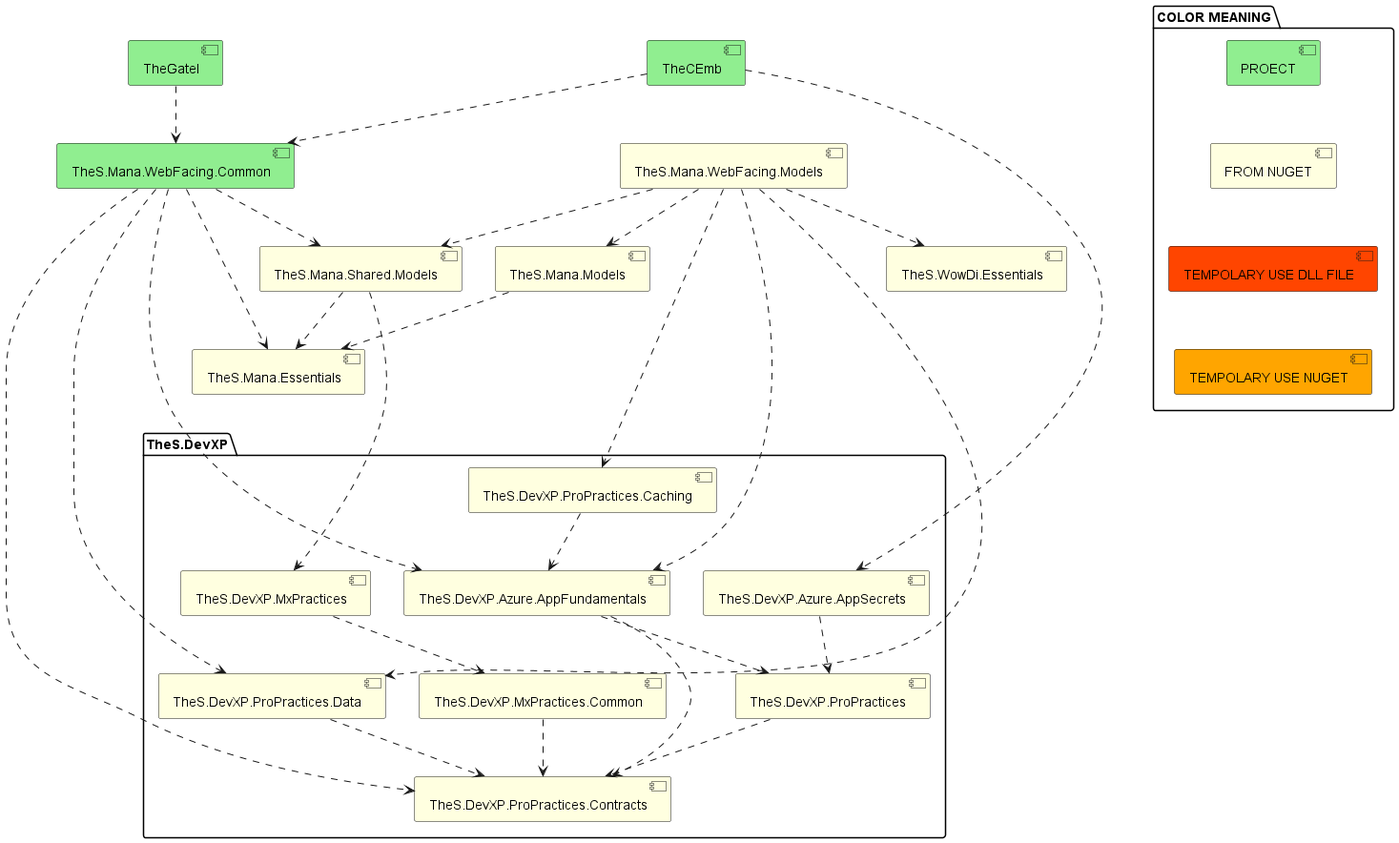
Above: mana-structure/out/ManaGate/ManaGate.png in BugLordTO/cart-ideas (PlantUML), before the change. Source of this version:
```plantuml
@startuml ManaGate

package "COLOR MEANING" {
	[PROECT] #LightGreen
	[FROM NUGET] #LightYellow
	[TEMPOLARY USE DLL FILE] #OrangeRed
	[TEMPOLARY USE NUGET] #Orange

	[PROECT] -[hidden]- [FROM NUGET]
	[FROM NUGET] -[hidden]- [TEMPOLARY USE DLL FILE]
	[TEMPOLARY USE DLL FILE] -[hidden]- [TEMPOLARY USE NUGET]
}

[TheCEmb] #LightGreen
[TheGatel] #LightGreen
[TheS.Mana.WebFacing.Common] #LightGreen
package TheS.DevXP {
	[TheS.DevXP.Azure.AppFundamentals] #LightYellow
	[TheS.DevXP.Azure.AppSecrets] #LightYellow
	[TheS.DevXP.ProPractices] #LightYellow
	[TheS.DevXP.ProPractices.Caching] #LightYellow
	[TheS.DevXP.ProPractices.Contracts] #LightYellow
	[TheS.DevXP.MxPractices] #LightYellow
	[TheS.DevXP.MxPractices.Common] #LightYellow
	[TheS.DevXP.ProPractices.Data] #LightYellow
}
[TheS.Mana.Essentials] #LightYellow
[TheS.Mana.Shared.Models] #LightYellow
[TheS.Mana.WebFacing.Models] #LightYellow
[TheS.Mana.Models] #LightYellow
[TheS.WowDi.Essentials] #LightYellow



[TheCEmb] ..> [TheS.Mana.WebFacing.Common]
[TheGatel] ..> [TheS.Mana.WebFacing.Common]
[TheCEmb] ..> [TheS.DevXP.Azure.AppSecrets]
[TheS.DevXP.Azure.AppSecrets] ..> [TheS.DevXP.ProPractices]
[TheS.DevXP.ProPractices] ..> [TheS.DevXP.ProPractices.Contracts]
[TheS.Mana.WebFacing.Common] ..> [TheS.DevXP.Azure.AppFundamentals]
[TheS.DevXP.Azure.AppFundamentals] ..> [TheS.DevXP.ProPractices]
[TheS.DevXP.Azure.AppFundamentals] ..> [TheS.DevXP.ProPractices.Contracts]
[TheS.Mana.WebFacing.Common] ..> [TheS.DevXP.ProPractices.Contracts]
[TheS.Mana.WebFacing.Common] ..> [TheS.DevXP.ProPractices.Data]
[TheS.DevXP.ProPractices.Data] ..> [TheS.DevXP.ProPractices.Contracts]
[TheS.Mana.WebFacing.Common] ..> [TheS.Mana.Essentials]
[TheS.Mana.WebFacing.Common] ..> [TheS.Mana.Shared.Models]
[TheS.Mana.Shared.Models] ....> [TheS.DevXP.MxPractices]
[TheS.DevXP.MxPractices] ..> [TheS.DevXP.MxPractices.Common]
[TheS.DevXP.MxPractices.Common] ..> [TheS.DevXP.ProPractices.Contracts]
[TheS.Mana.Shared.Models] ..> [TheS.Mana.Essentials]
[TheS.Mana.WebFacing.Models] ..> [TheS.DevXP.Azure.AppFundamentals]
[TheS.Mana.WebFacing.Models] ...> [TheS.DevXP.ProPractices.Caching]
[TheS.DevXP.ProPractices.Caching] ..> [TheS.DevXP.Azure.AppFundamentals]
[TheS.Mana.WebFacing.Models] ..> [TheS.DevXP.ProPractices.Data]
[TheS.Mana.WebFacing.Models] ..> [TheS.Mana.Models]
[TheS.Mana.Models] ..> [TheS.Mana.Essentials]
[TheS.Mana.WebFacing.Models] ..> [TheS.Mana.Shared.Models]
[TheS.Mana.WebFacing.Models] ..> [TheS.WowDi.Essentials]

@enduml
```
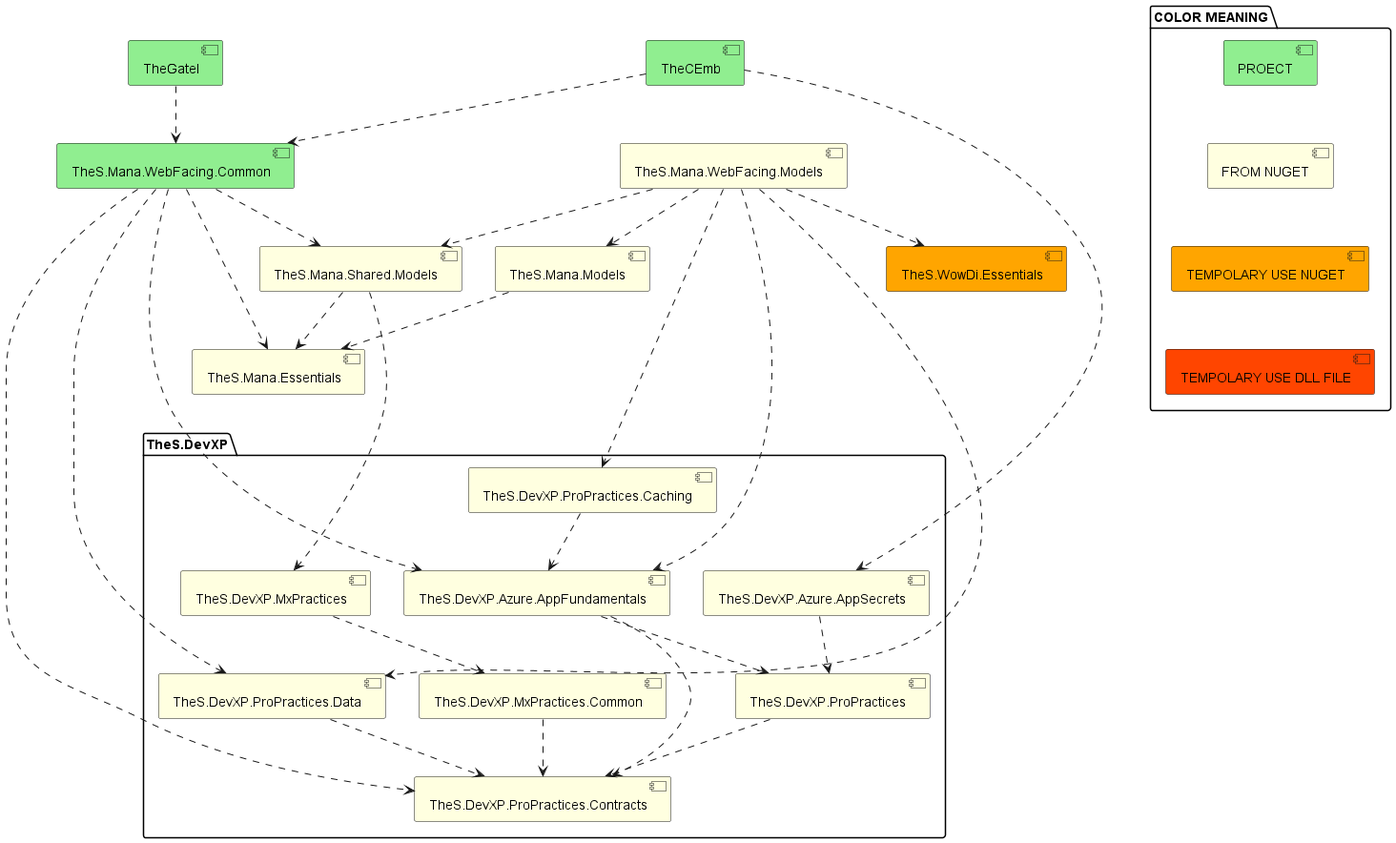
The same diagram one commit later.

What changed in the source:
```diff
@@ -3,12 +3,12 @@
 package "COLOR MEANING" {
 	[PROECT] #LightGreen
 	[FROM NUGET] #LightYellow
+	[TEMPOLARY USE NUGET] #Orange
 	[TEMPOLARY USE DLL FILE] #OrangeRed
-	[TEMPOLARY USE NUGET] #Orange
 
 	[PROECT] -[hidden]- [FROM NUGET]
-	[FROM NUGET] -[hidden]- [TEMPOLARY USE DLL FILE]
-	[TEMPOLARY USE DLL FILE] -[hidden]- [TEMPOLARY USE NUGET]
+	[FROM NUGET] -[hidden]- [TEMPOLARY USE NUGET]
+	[TEMPOLARY USE NUGET] -[hidden]- [TEMPOLARY USE DLL FILE]
 }
 
 [TheCEmb] #LightGreen
@@ -28,7 +28,7 @@
 [TheS.Mana.Shared.Models] #LightYellow
 [TheS.Mana.WebFacing.Models] #LightYellow
 [TheS.Mana.Models] #LightYellow
-[TheS.WowDi.Essentials] #LightYellow
+[TheS.WowDi.Essentials] #Orange
 
 
 
```
